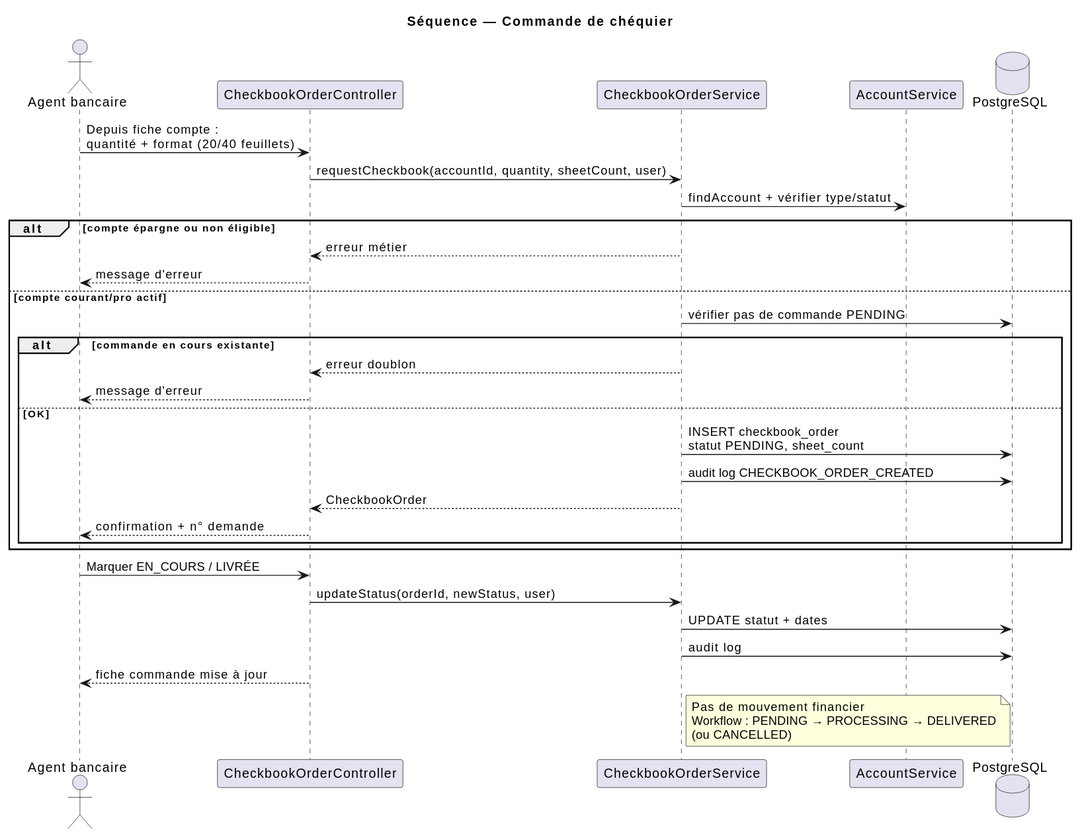
Earlier version of the PlantUML export documentation/uml/sequence/07-commande-chequier.svg (aminabensouda106-gif/banque1).
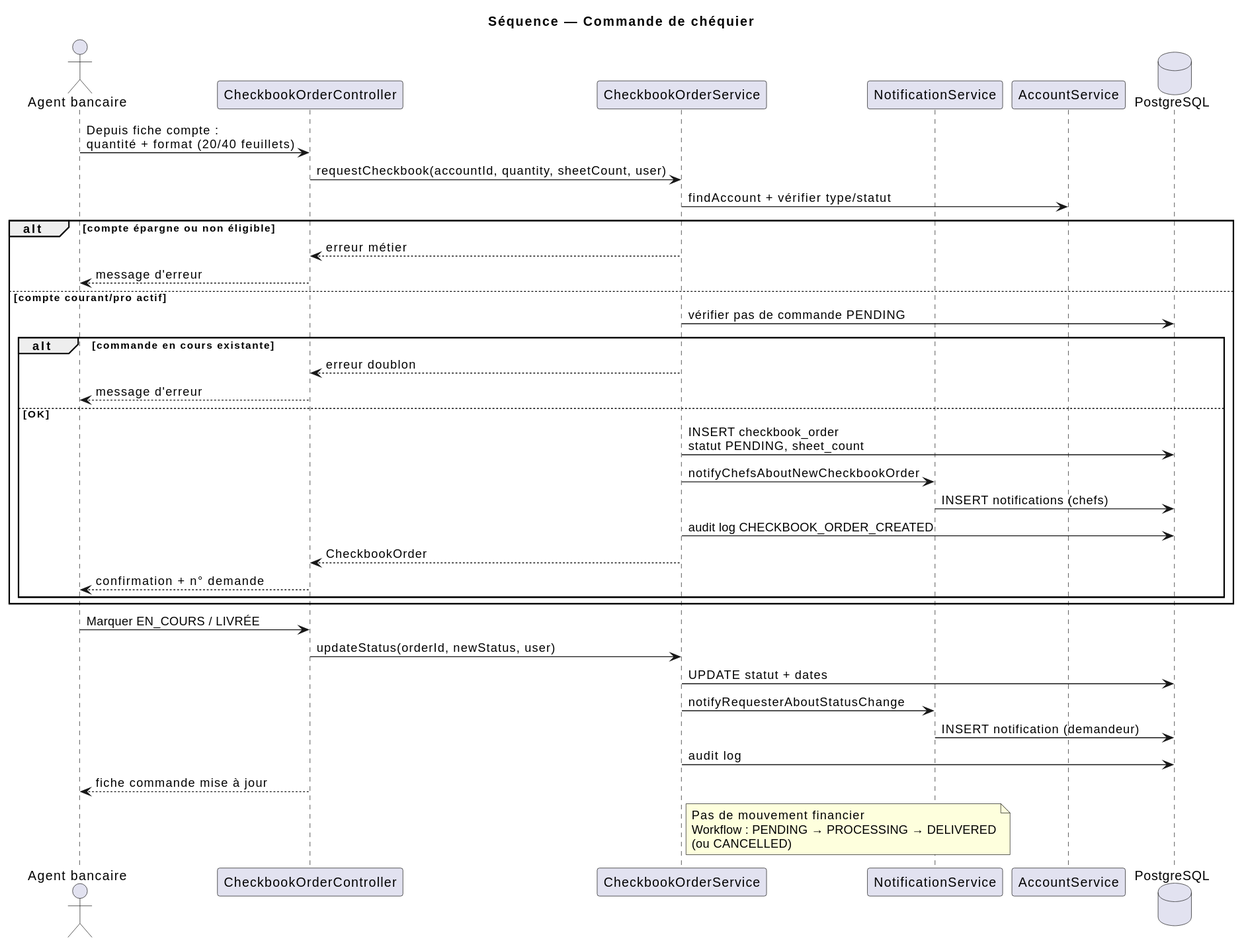
Above is the later version.

Diff of the diagram source:
```diff
@@ -7,6 +7,7 @@
 actor "Agent bancaire" as agent
 participant "CheckbookOrderController" as ctrl
 participant "CheckbookOrderService" as svc
+participant "NotificationService" as notif
 participant "AccountService" as acc
 database "PostgreSQL" as db
 
@@ -24,6 +25,8 @@
     ctrl --> agent : message d'erreur
   else OK
     svc -> db : INSERT checkbook_order\nstatut PENDING, sheet_count
+    svc -> notif : notifyChefsAboutNewCheckbookOrder
+    notif -> db : INSERT notifications (chefs)
     svc -> db : audit log CHECKBOOK_ORDER_CREATED
     svc --> ctrl : CheckbookOrder
     ctrl --> agent : confirmation + n° demande
@@ -33,6 +36,8 @@
 agent -> ctrl : Marquer EN_COURS / LIVRÉE
 ctrl -> svc : updateStatus(orderId, newStatus, user)
 svc -> db : UPDATE statut + dates
+svc -> notif : notifyRequesterAboutStatusChange
+notif -> db : INSERT notification (demandeur)
 svc -> db : audit log
 ctrl --> agent : fiche commande mise à jour
 
```
